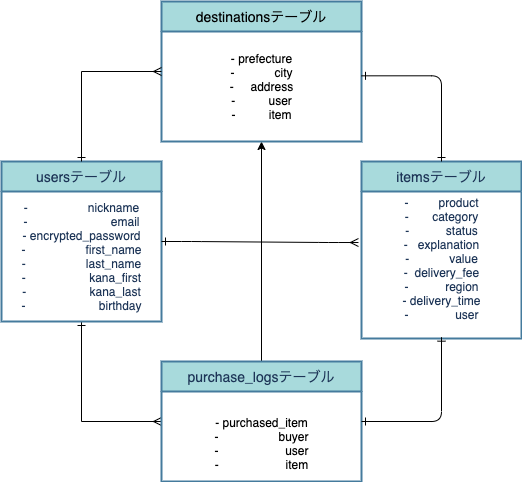
yononie/furima-32385 keeps this draw.io diagram as er.drawio.png. Above is the earlier version. Source tidied: cells renumbered, new cells last; positions are measured from the earlier drawing's top-left corner, leaving out a move shared by most shapes.
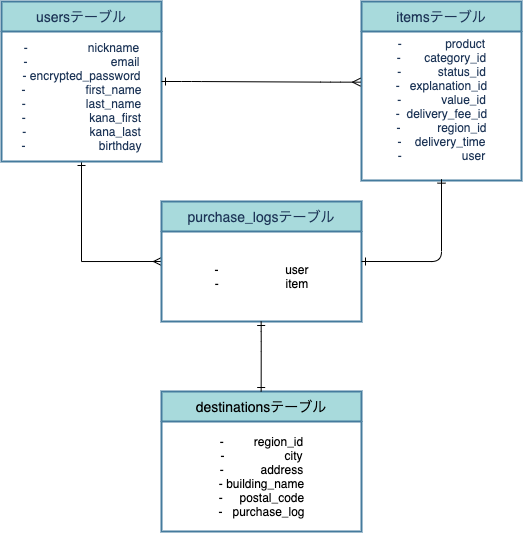
Later version of the same file.

Change to the diagram source:
```diff
@@ -12,21 +12,18 @@
       <mxGeometry y="30" width="160" height="130" as="geometry" />
     </mxCell>
     <mxCell id="5" value="itemsテーブル" style="swimlane;horizontal=1;startSize=30;fontSize=14;fontStyle=0;strokeWidth=2;shadow=0;dashed=0;align=center;fillColor=#A8DADC;strokeColor=#457B9D;fontColor=#1D3557;" parent="1" vertex="1">
-      <mxGeometry x="360" y="160" width="160" height="177" as="geometry" />
+      <mxGeometry x="360" y="160" width="160" height="179" as="geometry" />
     </mxCell>
-    <mxCell id="6" value="-&amp;nbsp; &amp;nbsp; &amp;nbsp; &amp;nbsp; &amp;nbsp;product&lt;br&gt;&lt;div&gt;&lt;span&gt;-&amp;nbsp; &amp;nbsp; &amp;nbsp; &amp;nbsp;category&lt;/span&gt;&lt;/div&gt;&lt;div&gt;&lt;span&gt;-&amp;nbsp; &amp;nbsp; &amp;nbsp; &amp;nbsp; &amp;nbsp; &amp;nbsp;status&lt;/span&gt;&lt;/div&gt;&lt;div&gt;&lt;span&gt;-&amp;nbsp; &amp;nbsp;explanation&lt;/span&gt;&lt;/div&gt;-&amp;nbsp; &amp;nbsp; &amp;nbsp; &amp;nbsp; &amp;nbsp; &amp;nbsp; value&lt;br&gt;-&amp;nbsp; delivery_fee&lt;br&gt;-&amp;nbsp; &amp;nbsp; &amp;nbsp; &amp;nbsp; &amp;nbsp; &amp;nbsp;region&lt;br&gt;- delivery_time&lt;br&gt;-&amp;nbsp; &amp;nbsp; &amp;nbsp; &amp;nbsp; &amp;nbsp; &amp;nbsp; &amp;nbsp; user&lt;br&gt;&amp;nbsp;" style="text;html=1;align=center;verticalAlign=middle;points=[];rotation=0;fontColor=#1D3557;" parent="5" vertex="1">
-      <mxGeometry y="30" width="160" height="147" as="geometry" />
+    <mxCell id="6" value="-&amp;nbsp; &amp;nbsp; &amp;nbsp; &amp;nbsp; &amp;nbsp; &amp;nbsp; &amp;nbsp;product&lt;br&gt;&lt;div&gt;&lt;span&gt;-&amp;nbsp; &amp;nbsp; &amp;nbsp; &amp;nbsp;category_id&lt;/span&gt;&lt;/div&gt;&lt;div&gt;&lt;span&gt;-&amp;nbsp; &amp;nbsp; &amp;nbsp; &amp;nbsp; &amp;nbsp; &amp;nbsp;status_id&lt;/span&gt;&lt;/div&gt;&lt;div&gt;&lt;span&gt;-&amp;nbsp; &amp;nbsp;explanation_id&lt;/span&gt;&lt;/div&gt;-&amp;nbsp; &amp;nbsp; &amp;nbsp; &amp;nbsp; &amp;nbsp; &amp;nbsp; value_id&lt;br&gt;-&amp;nbsp; delivery_fee_id&lt;br&gt;-&amp;nbsp; &amp;nbsp; &amp;nbsp; &amp;nbsp; &amp;nbsp; &amp;nbsp;region_id&lt;br&gt;-&amp;nbsp; &amp;nbsp; delivery_time&lt;br&gt;-&amp;nbsp; &amp;nbsp; &amp;nbsp; &amp;nbsp; &amp;nbsp; &amp;nbsp; &amp;nbsp; &amp;nbsp; &amp;nbsp; user&lt;br&gt;&amp;nbsp;" style="text;html=1;align=center;verticalAlign=middle;points=[];rotation=0;fontColor=#1D3557;" parent="5" vertex="1">
+      <mxGeometry y="30" width="160" height="149" as="geometry" />
     </mxCell>
-    <mxCell id="7" style="edgeStyle=entityRelationEdgeStyle;fontSize=12;html=1;endArrow=ERmany;exitX=1;exitY=0.5;exitDx=0;exitDy=0;fontColor=#000000;strokeColor=#000000;entryX=-0.019;entryY=0.347;entryDx=0;entryDy=0;entryPerimeter=0;startArrow=ERone;startFill=0;" parent="1" edge="1" source="3" target="6">
+    <mxCell id="7" style="edgeStyle=entityRelationEdgeStyle;fontSize=12;html=1;endArrow=ERmany;exitX=1;exitY=0.5;exitDx=0;exitDy=0;fontColor=#000000;strokeColor=#000000;startArrow=ERone;startFill=0;entryX=-0.006;entryY=0.34;entryDx=0;entryDy=0;entryPerimeter=0;" parent="1" edge="1" source="3" target="6">
       <mxGeometry relative="1" as="geometry" />
     </mxCell>
-    <mxCell id="8" style="edgeStyle=orthogonalEdgeStyle;rounded=0;jettySize=auto;html=1;" parent="1" edge="1" source="9" target="12">
-      <mxGeometry relative="1" as="geometry" />
-    </mxCell>
     <mxCell id="9" value="purchase_logsテーブル" style="swimlane;horizontal=1;startSize=30;fontSize=14;fontStyle=0;strokeWidth=2;shadow=0;dashed=0;align=center;fillColor=#A8DADC;strokeColor=#457B9D;fontColor=#1D3557;" parent="1" vertex="1">
       <mxGeometry x="160" y="360" width="200" height="120" as="geometry" />
     </mxCell>
-    <mxCell id="10" value="&lt;br&gt;- purchased_item&lt;br&gt;-&amp;nbsp; &amp;nbsp; &amp;nbsp; &amp;nbsp; &amp;nbsp; &amp;nbsp; &amp;nbsp; &amp;nbsp; &amp;nbsp; buyer&lt;br&gt;-&amp;nbsp; &amp;nbsp; &amp;nbsp; &amp;nbsp; &amp;nbsp; &amp;nbsp; &amp;nbsp; &amp;nbsp; &amp;nbsp; &amp;nbsp; user&lt;br&gt;-&amp;nbsp; &amp;nbsp; &amp;nbsp; &amp;nbsp; &amp;nbsp; &amp;nbsp; &amp;nbsp; &amp;nbsp; &amp;nbsp; &amp;nbsp; item" style="text;html=1;align=center;verticalAlign=middle;fontColor=#000000;" parent="9" vertex="1">
+    <mxCell id="10" value="-&amp;nbsp; &amp;nbsp; &amp;nbsp; &amp;nbsp; &amp;nbsp; &amp;nbsp; &amp;nbsp; &amp;nbsp; &amp;nbsp; &amp;nbsp; user&lt;br&gt;-&amp;nbsp; &amp;nbsp; &amp;nbsp; &amp;nbsp; &amp;nbsp; &amp;nbsp; &amp;nbsp; &amp;nbsp; &amp;nbsp; &amp;nbsp; item" style="text;html=1;align=center;verticalAlign=middle;fontColor=#000000;" parent="9" vertex="1">
       <mxGeometry y="30" width="200" height="90" as="geometry" />
     </mxCell>
     <mxCell id="11" style="edgeStyle=orthogonalEdgeStyle;fontSize=12;html=1;endArrow=ERone;startArrow=ERone;strokeColor=#000000;endFill=0;startFill=0;entryX=0.5;entryY=0.991;entryDx=0;entryDy=0;entryPerimeter=0;" parent="1" edge="1" target="6">
@@ -38,23 +35,17 @@
       </mxGeometry>
     </mxCell>
     <mxCell id="12" value="destinationsテーブル" style="swimlane;horizontal=1;startSize=30;fontSize=14;fontStyle=0;strokeWidth=2;shadow=0;dashed=0;align=center;fillColor=#A8DADC;strokeColor=#457B9D;fontColor=#000000;" parent="1" vertex="1">
-      <mxGeometry x="160" width="200" height="140" as="geometry" />
+      <mxGeometry x="160" y="550" width="200" height="140" as="geometry" />
     </mxCell>
-    <mxCell id="13" value="- prefecture&lt;br&gt;-&amp;nbsp; &amp;nbsp; &amp;nbsp; &amp;nbsp; &amp;nbsp; &amp;nbsp; city&lt;br&gt;-&amp;nbsp; &amp;nbsp; &amp;nbsp;address&lt;br&gt;-&amp;nbsp; &amp;nbsp; &amp;nbsp; &amp;nbsp; &amp;nbsp; user&lt;br&gt;-&amp;nbsp; &amp;nbsp; &amp;nbsp; &amp;nbsp; &amp;nbsp; item" style="text;html=1;align=center;verticalAlign=middle;fontColor=#000000;" parent="12" vertex="1">
+    <mxCell id="13" value="-&amp;nbsp; &amp;nbsp; &amp;nbsp; &amp;nbsp; &amp;nbsp;region_id&lt;br&gt;-&amp;nbsp; &amp;nbsp; &amp;nbsp; &amp;nbsp; &amp;nbsp; &amp;nbsp; &amp;nbsp; &amp;nbsp; &amp;nbsp; city&lt;br&gt;-&amp;nbsp; &amp;nbsp; &amp;nbsp; &amp;nbsp; &amp;nbsp; &amp;nbsp;address&lt;br&gt;- building_name&lt;br&gt;-&amp;nbsp; &amp;nbsp; &amp;nbsp;postal_code&lt;br&gt;-&amp;nbsp; &amp;nbsp;purchase_log" style="text;html=1;align=center;verticalAlign=middle;fontColor=#000000;" parent="12" vertex="1">
       <mxGeometry y="30" width="200" height="110" as="geometry" />
     </mxCell>
-    <mxCell id="14" style="edgeStyle=orthogonalEdgeStyle;rounded=0;jettySize=auto;html=1;startArrow=ERone;startFill=0;strokeColor=#000000;fontColor=#000000;endArrow=ERmany;endFill=0;exitX=0.5;exitY=0;exitDx=0;exitDy=0;entryX=0;entryY=0.5;entryDx=0;entryDy=0;" parent="1" edge="1" source="3" target="12">
-      <mxGeometry relative="1" as="geometry">
-        <Array as="points">
-          <mxPoint x="80" y="70" />
-        </Array>
-      </mxGeometry>
-    </mxCell>
-    <mxCell id="15" style="edgeStyle=orthogonalEdgeStyle;fontSize=12;html=1;endArrow=ERone;startArrow=ERone;strokeColor=#000000;endFill=0;startFill=0;entryX=0.5;entryY=0;entryDx=0;entryDy=0;" parent="1" edge="1" target="5">
+    <mxCell id="15" style="edgeStyle=orthogonalEdgeStyle;fontSize=12;html=1;endArrow=ERone;startArrow=ERone;strokeColor=#000000;endFill=0;startFill=0;" parent="1" edge="1">
       <mxGeometry relative="1" as="geometry">
-        <mxPoint x="360" y="74.3" as="sourcePoint" />
+        <mxPoint x="259.7" y="480" as="sourcePoint" />
+        <mxPoint x="259.7" y="550" as="targetPoint" />
         <Array as="points">
-          <mxPoint x="440" y="74" />
+          <mxPoint x="259.7" y="499.7" />
         </Array>
       </mxGeometry>
     </mxCell>
```
